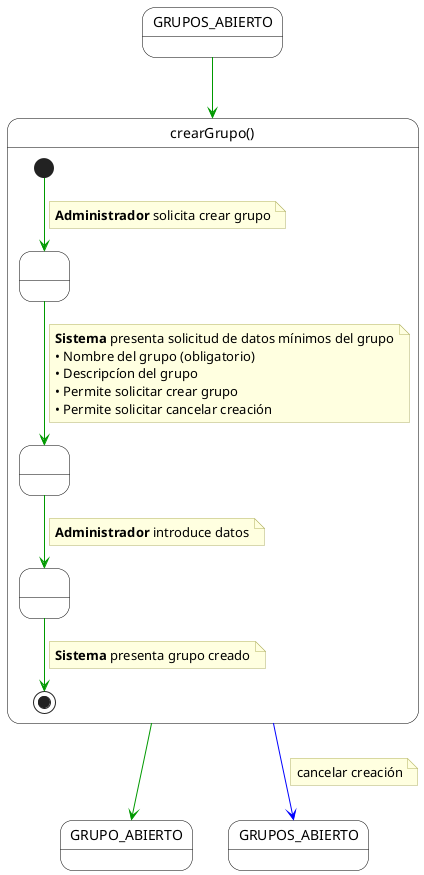
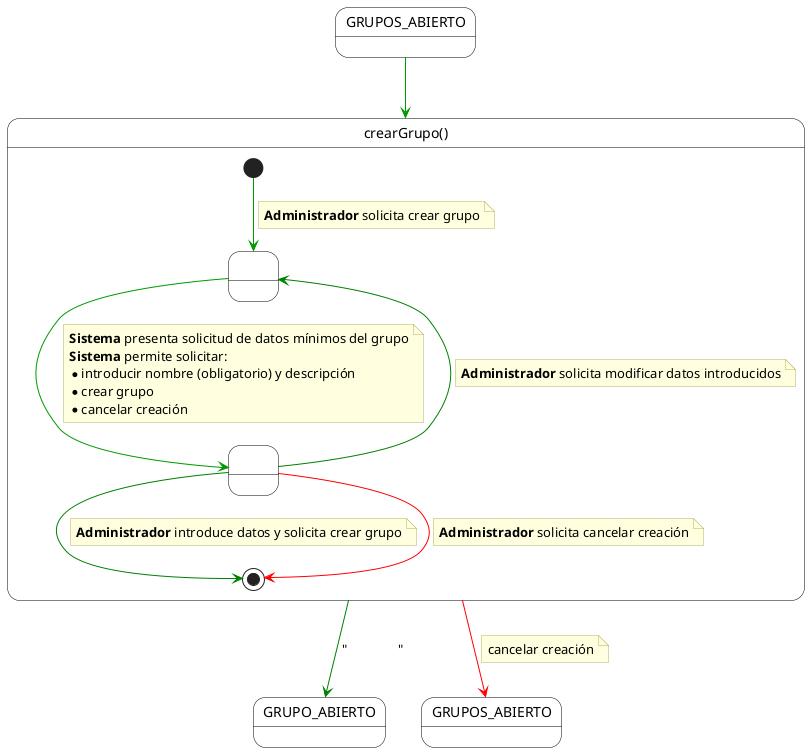
- @startuml
- ' Configuración visual
+ @startuml crearGrupo
skinparam monochrome false
skinparam shadow false
top to bottom direction

skinparam state {
    BackgroundColor White
    BorderColor Black
    ArrowColor #009900
    StartColor Black
    EndColor Black
}

skinparam note {
    BackgroundColor #FFFFE0
    BorderColor #B0B060
    FontName Arial
}

- ' Estado inicial externo (Arriba)
state "GRUPOS_ABIERTO" as Inicio

- ' Estado compuesto principal
state "crearGrupo()" as CrearGrupoContainer {

-     ' Puntos de anclaje internos
-     state " " as Paso1
-     state " " as Paso2
-     state " " as Paso3
+     state " " as EstadoFormulario
+     state " " as EstadoDecision

-     ' Paso 1: Solicitud inicial
-     [*] --> Paso1
+     [*] --> EstadoFormulario
    note on link
        **Administrador** solicita crear grupo
    end note

-     ' Paso 2: Sistema pide datos mínimos
-     Paso1 --> Paso2
+     EstadoFormulario --> EstadoDecision
    note on link
        **Sistema** presenta solicitud de datos mínimos del grupo
-         • Nombre del grupo (obligatorio)
-         • Descripcíon del grupo
-         • Permite solicitar crear grupo
-         • Permite solicitar cancelar creación
+         **Sistema** permite solicitar:
+         * introducir nombre (obligatorio) y descripción
+         * crear grupo
+         * cancelar creación
    end note

-     ' Paso 3 (SEPARADO): Acción del Administrador
-     Paso2 --> Paso3
+     EstadoDecision -[#green]up-> EstadoFormulario
    note on link
-         **Administrador** introduce datos
+         **Administrador** solicita modificar datos introducidos
    end note

-     ' Paso 4 (SEPARADO): Acción del Sistema
-     Paso3 --> [*]
+     EstadoDecision -[#green]down-> [*]
    note on link
-         **Sistema** presenta grupo creado
+         **Administrador** introduce datos y solicita crear grupo
+     end note
+ 
+     EstadoDecision -[#red]down-> [*]
+     note on link
+         **Administrador** solicita cancelar creación
    end note
}

- ' Estados finales externos (Abajo)
- state GRUPO_ABIERTO
+ state "GRUPO_ABIERTO" as FinExito
state "GRUPOS_ABIERTO" as FinCancelacion

- ' --- Forzar separación visual ---
- FinCancelacion -[hidden]left-> GRUPO_ABIERTO
- 
- ' --- TRANSICIONES EXTERNAS ---
- 
- ' Entrada
Inicio --> CrearGrupoContainer

- ' 1. Salida de ÉXITO (Verde) - Hacia GRUPO_ABIERTO
- CrearGrupoContainer --> GRUPO_ABIERTO
+ CrearGrupoContainer -[#green]-> FinExito : "               "

- ' 2. Salida de CANCELACIÓN (Azul) - Hacia GRUPOS_ABIERTO
- CrearGrupoContainer -[#blue]-> FinCancelacion
+ CrearGrupoContainer -[#red]down-> FinCancelacion
note on link
    cancelar creación
end note

@enduml